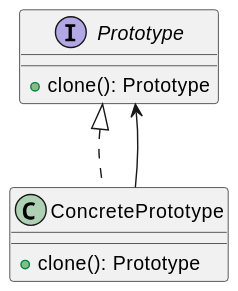
Earlier version of the PlantUML export out/patterns/prototype/prototype.svg (KubEF/architecture-learn-materials). The source it was exported from:
```plantuml
@startuml
interface Prototype {
    +clone(): Prototype
}

class ConcretePrototype implements Prototype {
    +clone(): Prototype
}

ConcretePrototype --> Prototype
@enduml
```
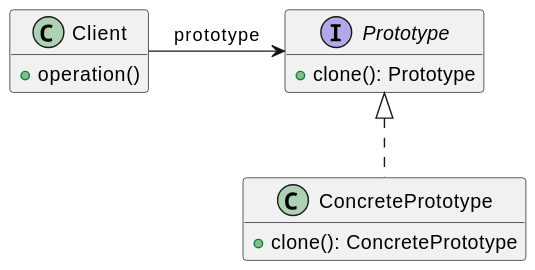
Later version of the same file.

What changed in the source:
```diff
@@ -1,11 +1,18 @@
 @startuml
+hide empty members
+
+class Client{
+    +operation()
+}
+
 interface Prototype {
     +clone(): Prototype
 }
 
 class ConcretePrototype implements Prototype {
-    +clone(): Prototype
+    +clone(): ConcretePrototype
 }
 
-ConcretePrototype --> Prototype
+
+Client -> Prototype : prototype
 @enduml
```
